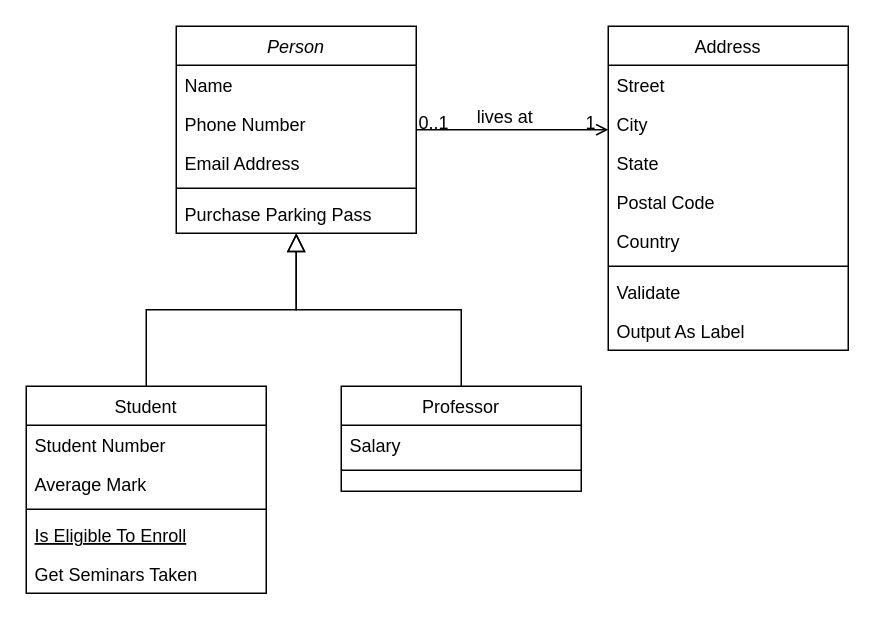
Earlier version of the draw.io diagram Untitled Diagram.drawio (geeky-sanjay/Schema). Source tidied: cells renumbered, new cells numbered last; positions are measured from the earlier drawing's top-left corner, leaving out a move shared by most shapes. Both pictures are drawn from the tidied source at 150%, with x=0, y=0 at pixel (26, 26).
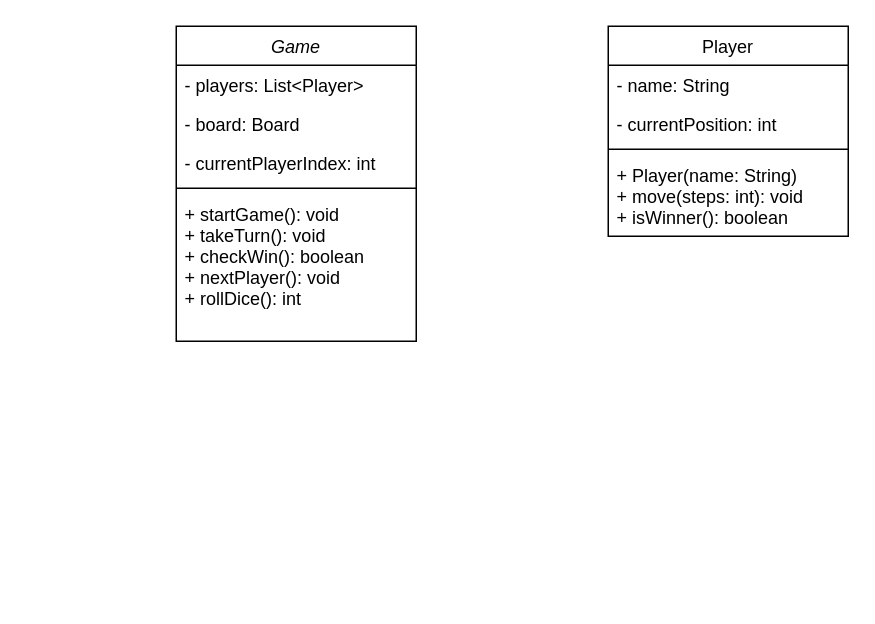
The same page after the edit.

Change to the diagram source:
```diff
@@
-    <mxCell id="2" value="Person" style="swimlane;fontStyle=2;align=center;verticalAlign=top;horizontal=1;startSize=26;rounded=0;shadow=0;strokeWidth=1;" parent="1" vertex="1">
-      <mxGeometry x="100" width="160" height="138" as="geometry" />
+    <mxCell id="2" value="Game" style="swimlane;fontStyle=2;align=center;verticalAlign=top;horizontal=1;startSize=26;rounded=0;shadow=0;strokeWidth=1;" parent="1" vertex="1">
+      <mxGeometry x="100" width="160" height="210" as="geometry" />
     </mxCell>
-    <mxCell id="3" value="Name" style="text;align=left;verticalAlign=top;spacingLeft=4;spacingRight=4;overflow=hidden;" parent="2" vertex="1">
+    <mxCell id="3" value="- players: List&lt;Player&gt;" style="text;align=left;verticalAlign=top;spacingLeft=4;spacingRight=4;overflow=hidden;" parent="2" vertex="1">
       <mxGeometry y="26" width="160" height="26" as="geometry" />
     </mxCell>
-    <mxCell id="4" value="Phone Number" style="text;align=left;verticalAlign=top;spacingLeft=4;spacingRight=4;overflow=hidden;rounded=0;shadow=0;html=0;" parent="2" vertex="1">
+    <mxCell id="4" value="- board: Board" style="text;align=left;verticalAlign=top;spacingLeft=4;spacingRight=4;overflow=hidden;rounded=0;shadow=0;html=0;" parent="2" vertex="1">
       <mxGeometry y="52" width="160" height="26" as="geometry" />
     </mxCell>
-    <mxCell id="5" value="Email Address" style="text;align=left;verticalAlign=top;spacingLeft=4;spacingRight=4;overflow=hidden;rounded=0;shadow=0;html=0;" parent="2" vertex="1">
+    <mxCell id="5" value="- currentPlayerIndex: int" style="text;align=left;verticalAlign=top;spacingLeft=4;spacingRight=4;overflow=hidden;rounded=0;shadow=0;html=0;" parent="2" vertex="1">
       <mxGeometry y="78" width="160" height="26" as="geometry" />
     </mxCell>
@@
-    <mxCell id="7" value="Purchase Parking Pass" style="text;align=left;verticalAlign=top;spacingLeft=4;spacingRight=4;overflow=hidden;" parent="2" vertex="1">
-      <mxGeometry y="112" width="160" height="26" as="geometry" />
+    <mxCell id="7" value="+ startGame(): void&#10;+ takeTurn(): void&#10;+ checkWin(): boolean&#10;+ nextPlayer(): void&#10;+ rollDice(): int" style="text;align=left;verticalAlign=top;spacingLeft=4;spacingRight=4;overflow=hidden;" parent="2" vertex="1">
+      <mxGeometry y="112" width="160" height="98" as="geometry" />
     </mxCell>
-    <mxCell id="8" value="Student" style="swimlane;fontStyle=0;align=center;verticalAlign=top;horizontal=1;startSize=26;rounded=0;shadow=0;strokeWidth=1;" parent="1" vertex="1">
-      <mxGeometry y="240" width="160" height="138" as="geometry" />
-    </mxCell>
-    <mxCell id="9" value="Student Number" style="text;align=left;verticalAlign=top;spacingLeft=4;spacingRight=4;overflow=hidden;" parent="8" vertex="1">
-      <mxGeometry y="26" width="160" height="26" as="geometry" />
-    </mxCell>
-    <mxCell id="10" value="Average Mark" style="text;align=left;verticalAlign=top;spacingLeft=4;spacingRight=4;overflow=hidden;rounded=0;shadow=0;html=0;" parent="8" vertex="1">
-      <mxGeometry y="52" width="160" height="26" as="geometry" />
-    </mxCell>
-    <mxCell id="11" style="line;html=1;strokeWidth=1;align=left;verticalAlign=middle;spacingTop=-1;spacingLeft=3;spacingRight=3;labelPosition=right;" parent="8" vertex="1">
-      <mxGeometry y="78" width="160" height="8" as="geometry" />
-    </mxCell>
-    <mxCell id="12" value="Is Eligible To Enroll" style="text;align=left;verticalAlign=top;spacingLeft=4;spacingRight=4;overflow=hidden;fontStyle=4;" parent="8" vertex="1">
-      <mxGeometry y="86" width="160" height="26" as="geometry" />
-    </mxCell>
-    <mxCell id="13" value="Get Seminars Taken" style="text;align=left;verticalAlign=top;spacingLeft=4;spacingRight=4;overflow=hidden;" parent="8" vertex="1">
-      <mxGeometry y="112" width="160" height="26" as="geometry" />
-    </mxCell>
-    <mxCell id="14" style="endArrow=block;endSize=10;endFill=0;shadow=0;strokeWidth=1;rounded=0;curved=0;edgeStyle=elbowEdgeStyle;elbow=vertical;" parent="1" edge="1" source="8" target="2">
-      <mxGeometry relative="1" as="geometry" />
-    </mxCell>
-    <mxCell id="15" value="Professor" style="swimlane;fontStyle=0;align=center;verticalAlign=top;horizontal=1;startSize=26;rounded=0;shadow=0;strokeWidth=1;" parent="1" vertex="1">
-      <mxGeometry x="210" y="240" width="160" height="70" as="geometry" />
-    </mxCell>
-    <mxCell id="16" value="Salary" style="text;align=left;verticalAlign=top;spacingLeft=4;spacingRight=4;overflow=hidden;" parent="15" vertex="1">
-      <mxGeometry y="26" width="160" height="26" as="geometry" />
-    </mxCell>
-    <mxCell id="17" style="line;html=1;strokeWidth=1;align=left;verticalAlign=middle;spacingTop=-1;spacingLeft=3;spacingRight=3;labelPosition=right;" parent="15" vertex="1">
-      <mxGeometry y="52" width="160" height="8" as="geometry" />
-    </mxCell>
-    <mxCell id="18" style="endArrow=block;endSize=10;endFill=0;shadow=0;strokeWidth=1;rounded=0;curved=0;edgeStyle=elbowEdgeStyle;elbow=vertical;" parent="1" edge="1" source="15" target="2">
-      <mxGeometry relative="1" as="geometry" />
-    </mxCell>
-    <mxCell id="19" value="Address" style="swimlane;fontStyle=0;align=center;verticalAlign=top;horizontal=1;startSize=26;rounded=0;shadow=0;strokeWidth=1;" parent="1" vertex="1">
-      <mxGeometry x="388" width="160" height="216" as="geometry" />
+    <mxCell id="19" value="Player" style="swimlane;fontStyle=0;align=center;verticalAlign=top;horizontal=1;startSize=26;rounded=0;shadow=0;strokeWidth=1;" parent="1" vertex="1">
+      <mxGeometry x="388" width="160" height="140" as="geometry" />
     </mxCell>
-    <mxCell id="20" value="Street" style="text;align=left;verticalAlign=top;spacingLeft=4;spacingRight=4;overflow=hidden;" parent="19" vertex="1">
+    <mxCell id="20" value="- name: String" style="text;align=left;verticalAlign=top;spacingLeft=4;spacingRight=4;overflow=hidden;" parent="19" vertex="1">
       <mxGeometry y="26" width="160" height="26" as="geometry" />
     </mxCell>
-    <mxCell id="21" value="City" style="text;align=left;verticalAlign=top;spacingLeft=4;spacingRight=4;overflow=hidden;rounded=0;shadow=0;html=0;" parent="19" vertex="1">
+    <mxCell id="21" value="- currentPosition: int" style="text;align=left;verticalAlign=top;spacingLeft=4;spacingRight=4;overflow=hidden;rounded=0;shadow=0;html=0;" parent="19" vertex="1">
       <mxGeometry y="52" width="160" height="26" as="geometry" />
     </mxCell>
-    <mxCell id="22" value="State" style="text;align=left;verticalAlign=top;spacingLeft=4;spacingRight=4;overflow=hidden;rounded=0;shadow=0;html=0;" parent="19" vertex="1">
-      <mxGeometry y="78" width="160" height="26" as="geometry" />
-    </mxCell>
-    <mxCell id="23" value="Postal Code" style="text;align=left;verticalAlign=top;spacingLeft=4;spacingRight=4;overflow=hidden;rounded=0;shadow=0;html=0;" parent="19" vertex="1">
-      <mxGeometry y="104" width="160" height="26" as="geometry" />
-    </mxCell>
-    <mxCell id="24" value="Country" style="text;align=left;verticalAlign=top;spacingLeft=4;spacingRight=4;overflow=hidden;rounded=0;shadow=0;html=0;" parent="19" vertex="1">
-      <mxGeometry y="130" width="160" height="26" as="geometry" />
-    </mxCell>
     <mxCell id="25" style="line;html=1;strokeWidth=1;align=left;verticalAlign=middle;spacingTop=-1;spacingLeft=3;spacingRight=3;labelPosition=right;" parent="19" vertex="1">
-      <mxGeometry y="156" width="160" height="8" as="geometry" />
+      <mxGeometry y="78" width="160" height="8" as="geometry" />
     </mxCell>
-    <mxCell id="26" value="Validate" style="text;align=left;verticalAlign=top;spacingLeft=4;spacingRight=4;overflow=hidden;" parent="19" vertex="1">
-      <mxGeometry y="164" width="160" height="26" as="geometry" />
-    </mxCell>
-    <mxCell id="27" value="Output As Label" style="text;align=left;verticalAlign=top;spacingLeft=4;spacingRight=4;overflow=hidden;" parent="19" vertex="1">
-      <mxGeometry y="190" width="160" height="26" as="geometry" />
+    <mxCell id="27" value="+ Player(name: String)&#10;+ move(steps: int): void&#10;+ isWinner(): boolean" style="text;align=left;verticalAlign=top;spacingLeft=4;spacingRight=4;overflow=hidden;" parent="19" vertex="1">
+      <mxGeometry y="86" width="160" height="54" as="geometry" />
     </mxCell>
-    <mxCell id="28" style="endArrow=open;shadow=0;strokeWidth=1;rounded=0;curved=0;endFill=1;edgeStyle=elbowEdgeStyle;elbow=vertical;" parent="1" edge="1" source="2" target="19">
-      <mxGeometry x="0.5" y="41" relative="1" as="geometry">
-        <mxPoint x="-40" y="32" as="offset" />
-      </mxGeometry>
-    </mxCell>
-    <mxCell id="29" value="0..1" style="align=left;verticalAlign=bottom;labelBackgroundColor=none;fontSize=12;" parent="28" vertex="1">
-      <mxGeometry x="-1" relative="1" as="geometry">
-        <mxPoint y="4" as="offset" />
-      </mxGeometry>
-    </mxCell>
-    <mxCell id="30" value="1" style="align=right;verticalAlign=bottom;labelBackgroundColor=none;fontSize=12;" parent="28" vertex="1">
-      <mxGeometry x="1" relative="1" as="geometry">
-        <mxPoint x="-7" y="4" as="offset" />
-      </mxGeometry>
-    </mxCell>
-    <mxCell id="31" value="lives at" style="text;html=1;align=center;verticalAlign=middle;labelBackgroundColor=none;rounded=0;shadow=0;strokeWidth=1;fontSize=12;" parent="28" vertex="1">
-      <mxGeometry x="0.5" y="49" relative="1" as="geometry">
-        <mxPoint x="-38" y="40" as="offset" />
-      </mxGeometry>
-    </mxCell>
```
